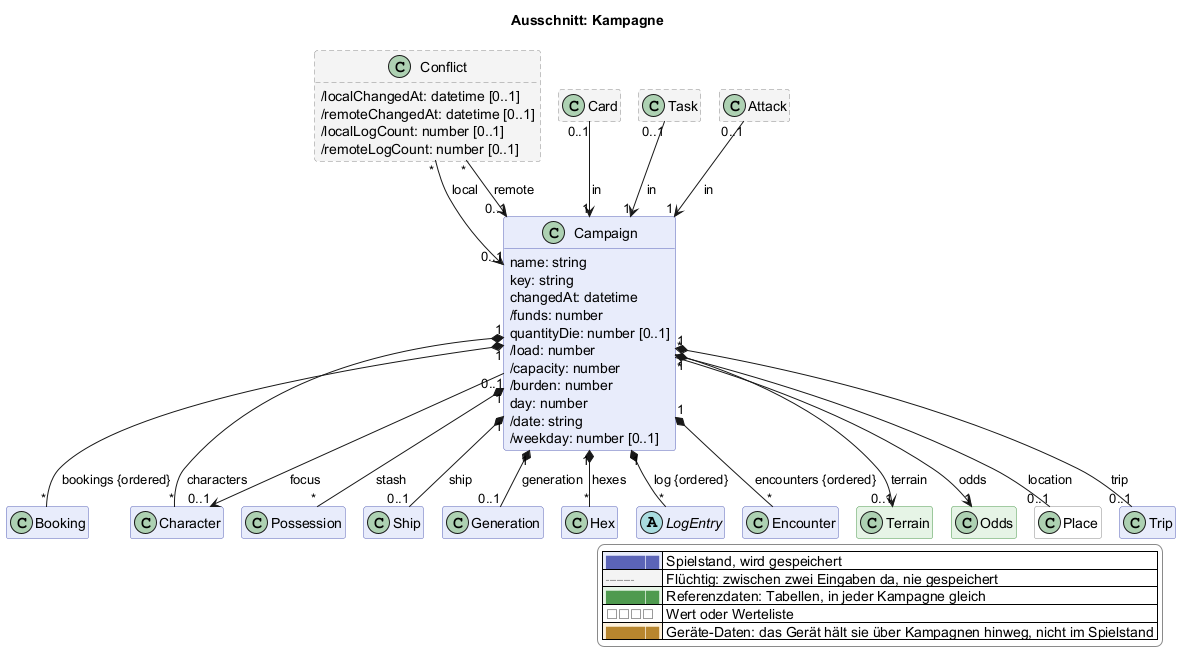
The PlantUML diagram docs/views/kampagne.png in scuzzar/SRE, before a commit.
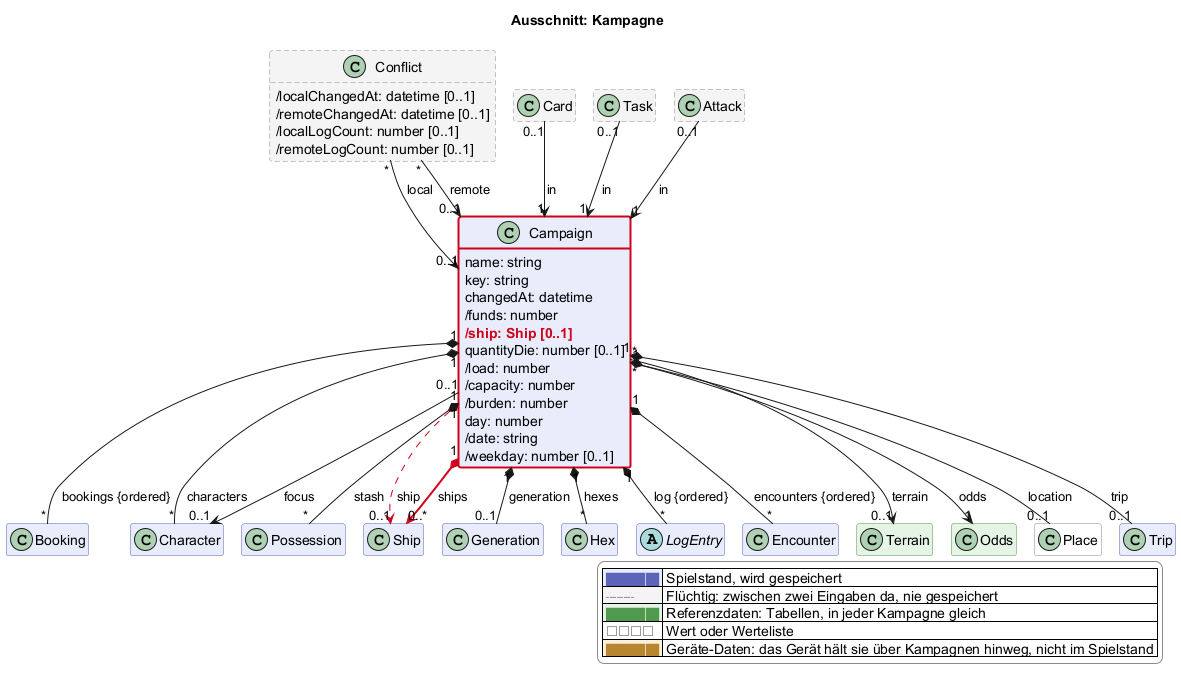
The same file after the commit.

The edit, as a diff of the source:
```diff
@@ -74,6 +74,7 @@
     key: string
     changedAt: datetime
     /funds: number
+    $new("2026-11-16c", "/ship: Ship [0..1]")
     quantityDie: number [0..1]
     /load: number
     /capacity: number
@@ -120,7 +121,8 @@
 Conflict "*" --> "0..1" Campaign : local
 Conflict "*" --> "0..1" Campaign : remote
 
-Campaign "1" *-- "0..1" Ship : ship
+Campaign "1" *-$goneArrow("2026-11-16c")-> "0..1" Ship : ship
+Campaign "1" *-$newArrow("2026-11-16c")-> "0..*" Ship : ships
 
 
 Campaign "1" *-- "0..1" Generation : generation
@@ -150,4 +152,5 @@
   |<#ffffff> <color:#8a8a8a>□□□□</color> | Wert oder Werteliste |
   |<#fdf1dc> <color:#b8862e>████</color> | Geräte-Daten: das Gerät hält sie über Kampagnen hinweg, nicht im Spielstand |
 endlegend
+class Campaign #line:d0021b;line.bold
 @enduml
```
